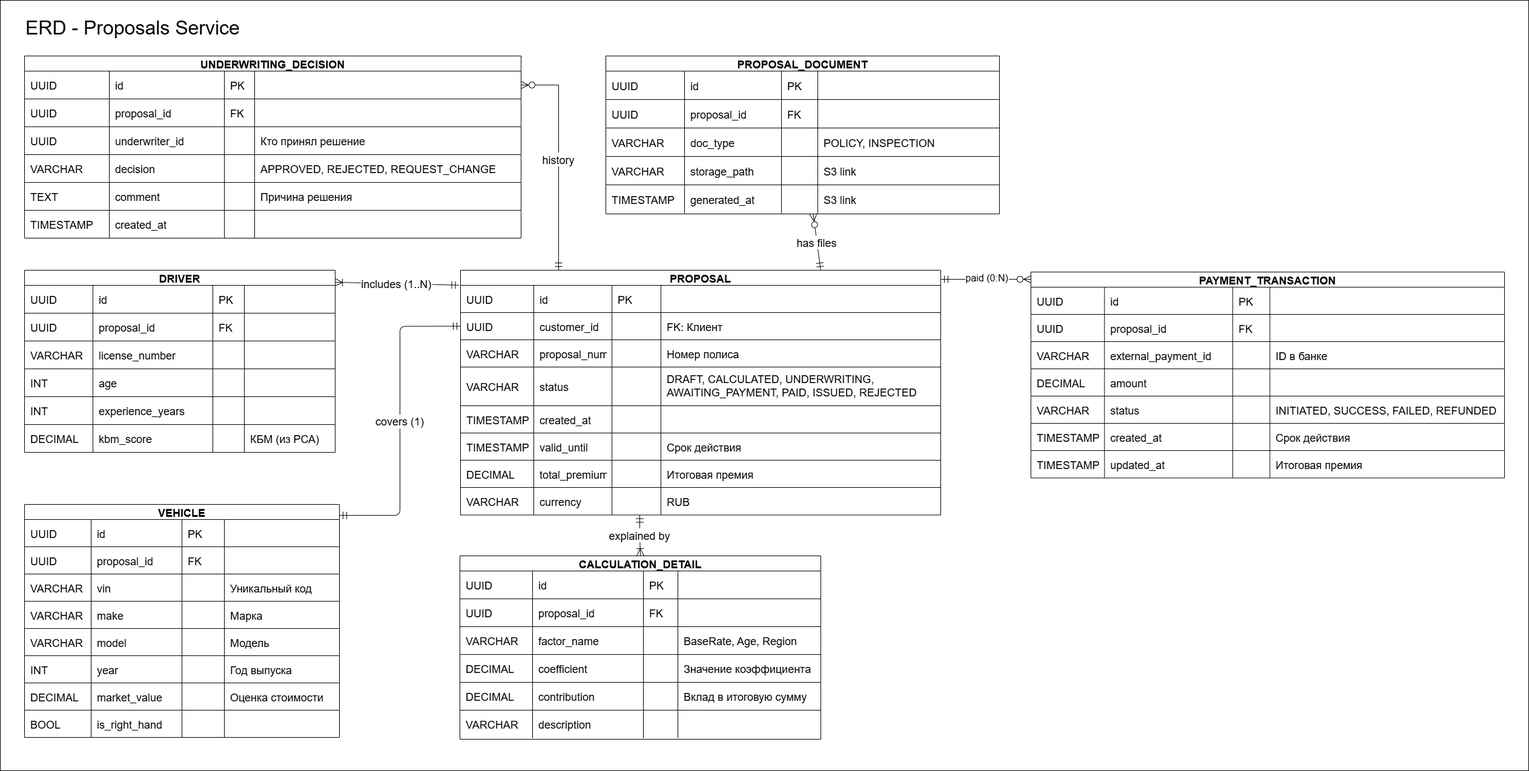
Readiee/apis-sem-3-c4-model keeps this draw.io diagram as erd-proposals-sem3-apis.png. Above is the earlier version. Source tidied: cells renumbered, new cells last; positions are measured from the earlier drawing's top-left corner, leaving out a move shared by most shapes.
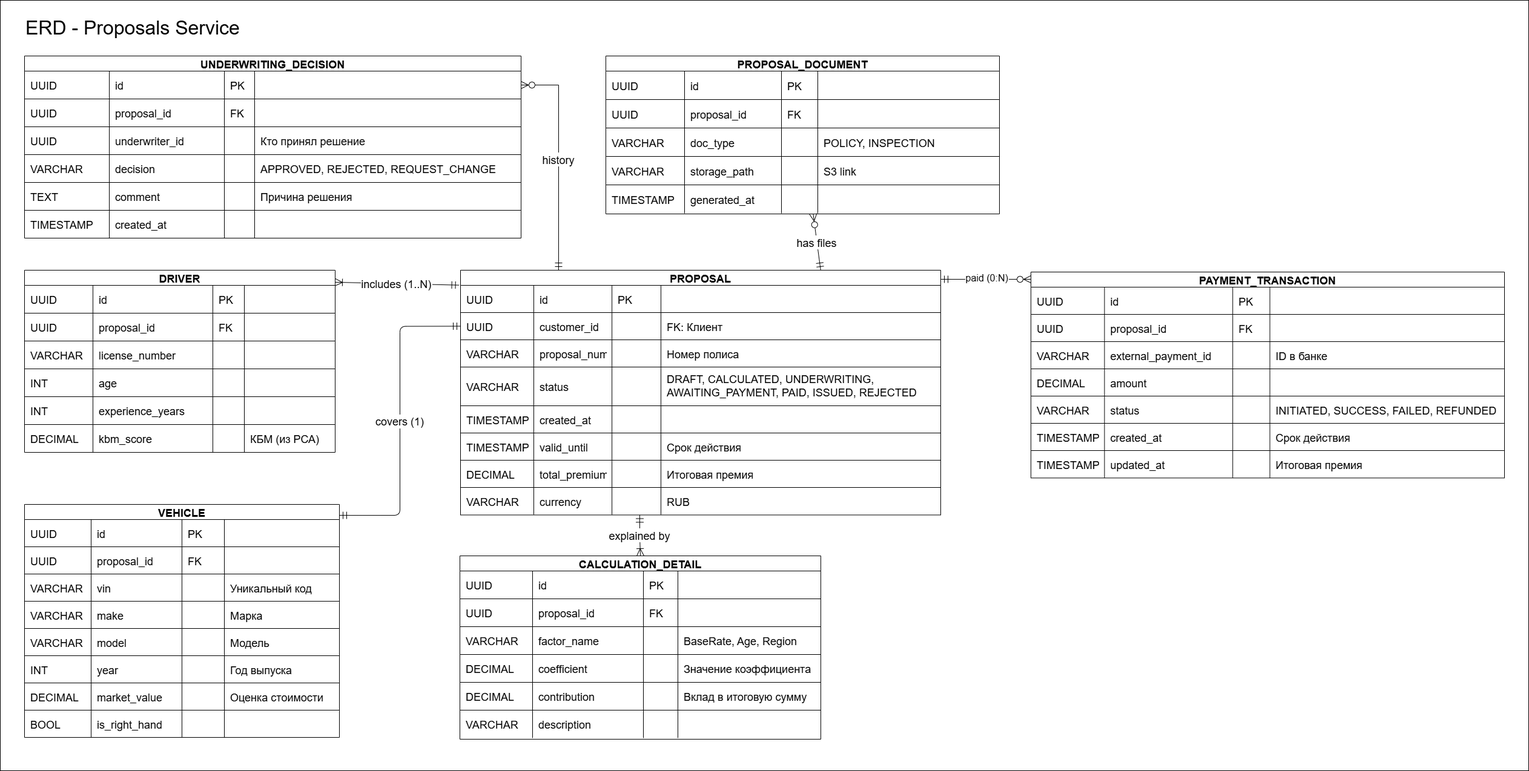
After the change.

Commit message:
fix: delete desc in `generated_at` field in `proposal_document` table

The edit, as a diff of the source:
```diff
@@ -614,7 +614,7 @@
     <mxCell id="205" style="shape=partialRectangle;top=0;left=0;bottom=0;right=0;align=left;spacingLeft=10;overflow=hidden;fontSize=18;strokeWidth=1;spacing=0;spacingBottom=0;spacingRight=10;fillColor=none;" parent="202" vertex="1">
       <mxGeometry x="290" width="60" height="47" as="geometry" />
     </mxCell>
-    <mxCell id="206" value="S3 link" style="shape=partialRectangle;top=0;left=0;bottom=0;right=0;align=left;spacingLeft=10;overflow=hidden;fontSize=18;strokeWidth=1;spacing=0;spacingBottom=0;spacingRight=10;fillColor=none;" parent="202" vertex="1">
+    <mxCell id="206" style="shape=partialRectangle;top=0;left=0;bottom=0;right=0;align=left;spacingLeft=10;overflow=hidden;fontSize=18;strokeWidth=1;spacing=0;spacingBottom=0;spacingRight=10;fillColor=none;" parent="202" vertex="1">
       <mxGeometry x="350" width="300" height="47" as="geometry" />
     </mxCell>
     <mxCell id="207" value="covers (1)" style="startArrow=ERmandOne;startSize=10;endArrow=ERmandOne;endSize=10;exitX=0;exitY=0.5;entryX=1;entryY=0.047;rounded=1;fontSize=18;strokeWidth=1;spacing=0;spacingLeft=10;spacingBottom=0;spacingRight=10;fillColor=none;exitDx=0;exitDy=0;edgeStyle=orthogonalEdgeStyle;entryDx=0;entryDy=0;entryPerimeter=0;" parent="5" edge="1" source="12" target="47">
```
